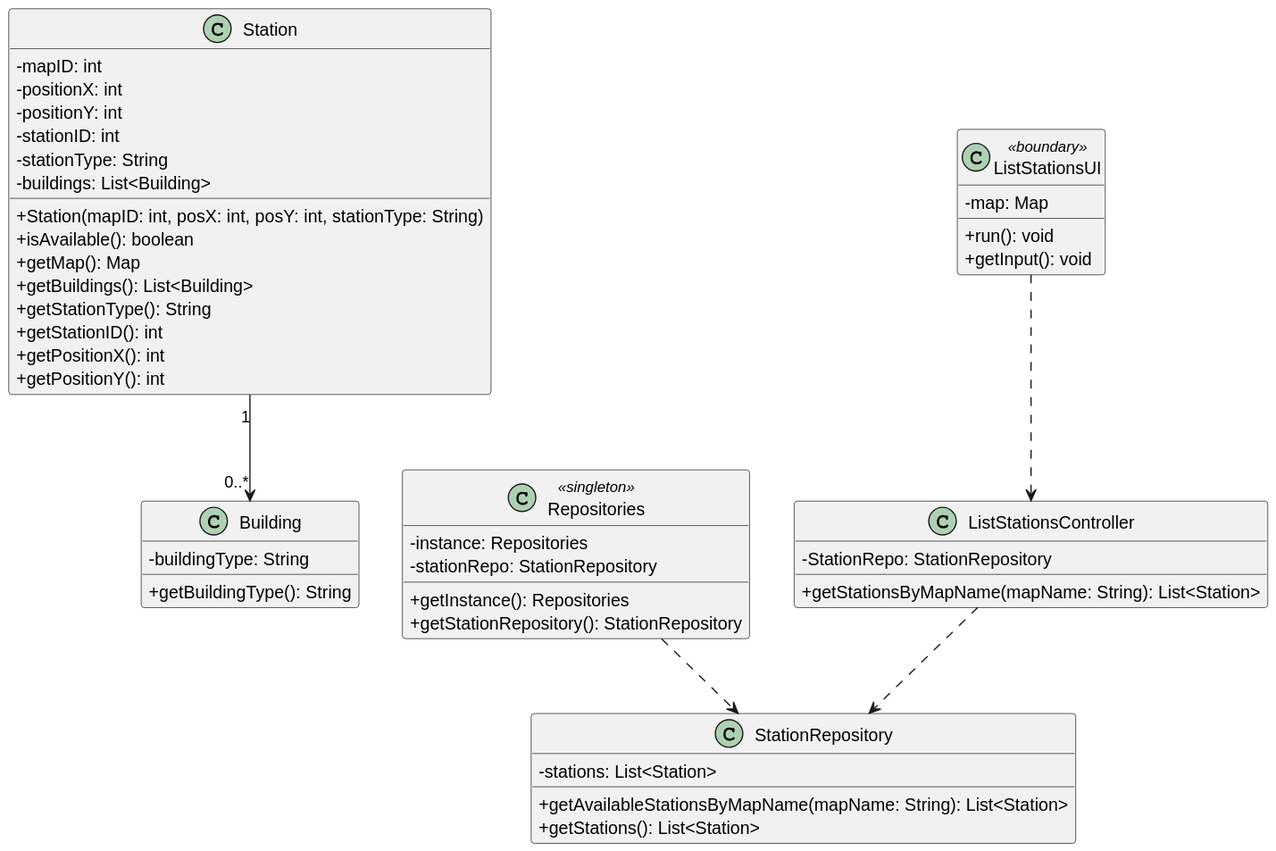
Before: docs/sprint2/us006/03.design/svg/us006-class-diagram.svg, a diagram exported from PlantUML (ivasduarte/all-aboard).
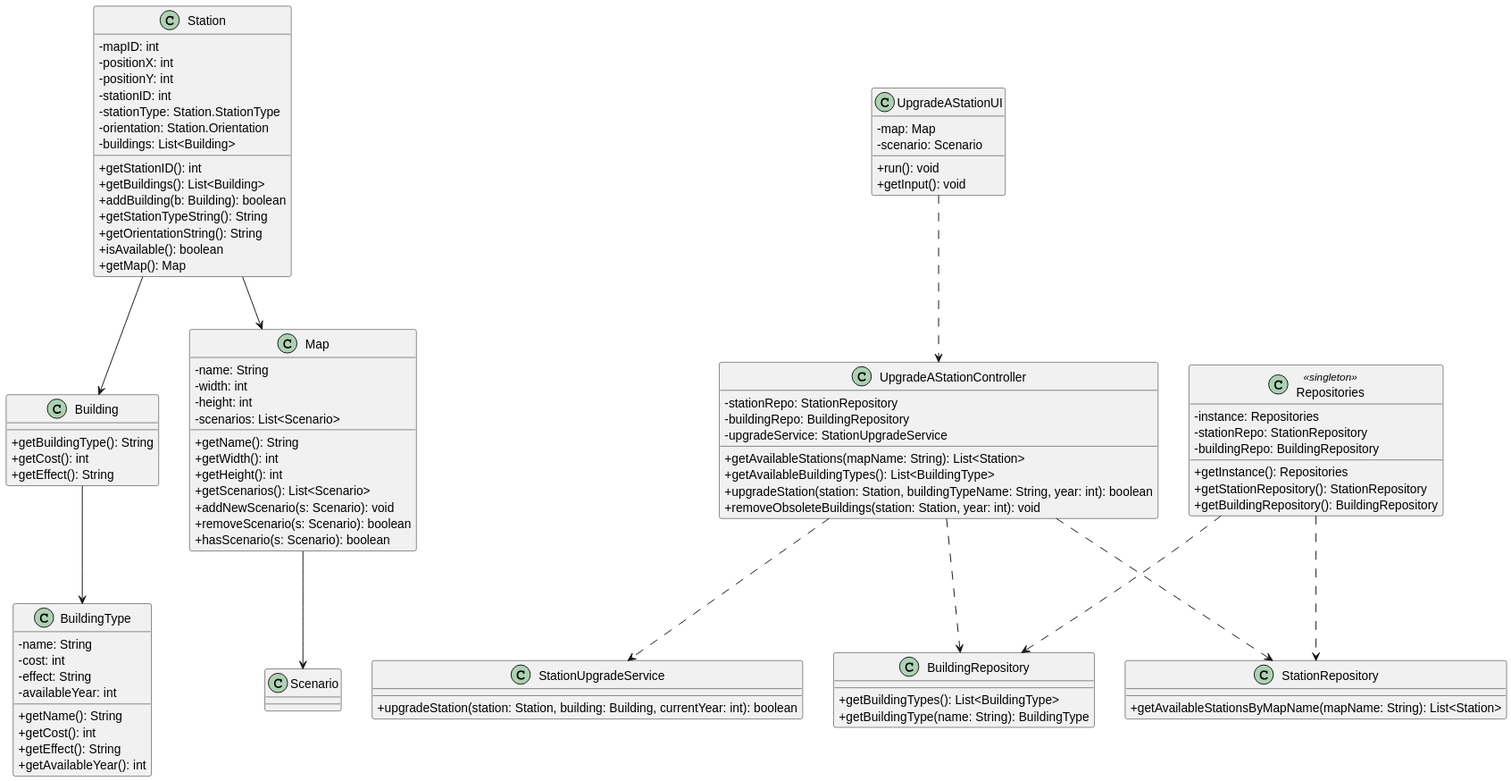
After the commit.

Diff of the diagram source:
```diff
@@ -8,49 +8,102 @@
   - positionX: int
   - positionY: int
   - stationID: int
-  - stationType: String
+  - stationType: Station.StationType
+  - orientation: Station.Orientation
   - buildings: List<Building>
-  + Station(mapID: int, posX: int, posY: int, stationType: String)
+  + getStationID(): int
+  + getBuildings(): List<Building>
+  + addBuilding(b: Building): boolean
+  + getStationTypeString(): String
+  + getOrientationString(): String
   + isAvailable(): boolean
   + getMap(): Map
-  + getBuildings(): List<Building>
-  + getStationType(): String
-  + getStationID(): int
-  + getPositionX(): int
-  + getPositionY(): int
 }
 
 class Building {
-  - buildingType: String
   + getBuildingType(): String
+  + getCost(): int
+  + getEffect(): String
 }
 
-class ListStationsController {
-  - StationRepo: StationRepository
-  + getStationsByMapName(mapName: String): List<Station>
+class BuildingType {
+  - name: String
+  - cost: int
+  - effect: String
+  - availableYear: int
+  + getName(): String
+  + getCost(): int
+  + getEffect(): String
+  + getAvailableYear(): int
 }
 
-class ListStationsUI <<boundary>> {
-  - map: Map
-  + run(): void
-  + getInput(): void
+class StationUpgradeService {
+  + upgradeStation(station: Station, building: Building, currentYear: int): boolean
+}
+
+class UpgradeAStationController {
+  - stationRepo: StationRepository
+  - buildingRepo: BuildingRepository
+  - upgradeService: StationUpgradeService
+  + getAvailableStations(mapName: String): List<Station>
+  + getAvailableBuildingTypes(): List<BuildingType>
+  + upgradeStation(station: Station, buildingTypeName: String, year: int): boolean
+  + removeObsoleteBuildings(station: Station, year: int): void
 }
 
 class StationRepository {
-  - stations: List<Station>
   + getAvailableStationsByMapName(mapName: String): List<Station>
-  + getStations(): List<Station>
+}
+
+class BuildingRepository {
+  + getBuildingTypes(): List<BuildingType>
+  + getBuildingType(name: String): BuildingType
 }
 
 class Repositories <<singleton>> {
   - instance: Repositories
   - stationRepo: StationRepository
+  - buildingRepo: BuildingRepository
   + getInstance(): Repositories
   + getStationRepository(): StationRepository
+  + getBuildingRepository(): BuildingRepository
 }
 
-ListStationsUI ..> ListStationsController
-ListStationsController ..> StationRepository
+class UpgradeAStationUI {
+  - map: Map
+  - scenario: Scenario
+  + run(): void
+  + getInput(): void
+}
+
+class Map {
+  - name: String
+  - width: int
+  - height: int
+  - scenarios: List<Scenario>
+  + getName(): String
+  + getWidth(): int
+  + getHeight(): int
+  + getScenarios(): List<Scenario>
+  + addNewScenario(s: Scenario): void
+  + removeScenario(s: Scenario): boolean
+  + hasScenario(s: Scenario): boolean
+}
+
+class Scenario {
+}
+
+Station --> Building
+Building --> BuildingType
+
+UpgradeAStationController ..> StationUpgradeService
+UpgradeAStationController ..> StationRepository
+UpgradeAStationController ..> BuildingRepository
+
 Repositories ..> StationRepository
-Station "1" --> "0..*" Building
+Repositories ..> BuildingRepository
+
+UpgradeAStationUI ..> UpgradeAStationController
+Station --> Map
+Map --> Scenario
 @enduml
```
